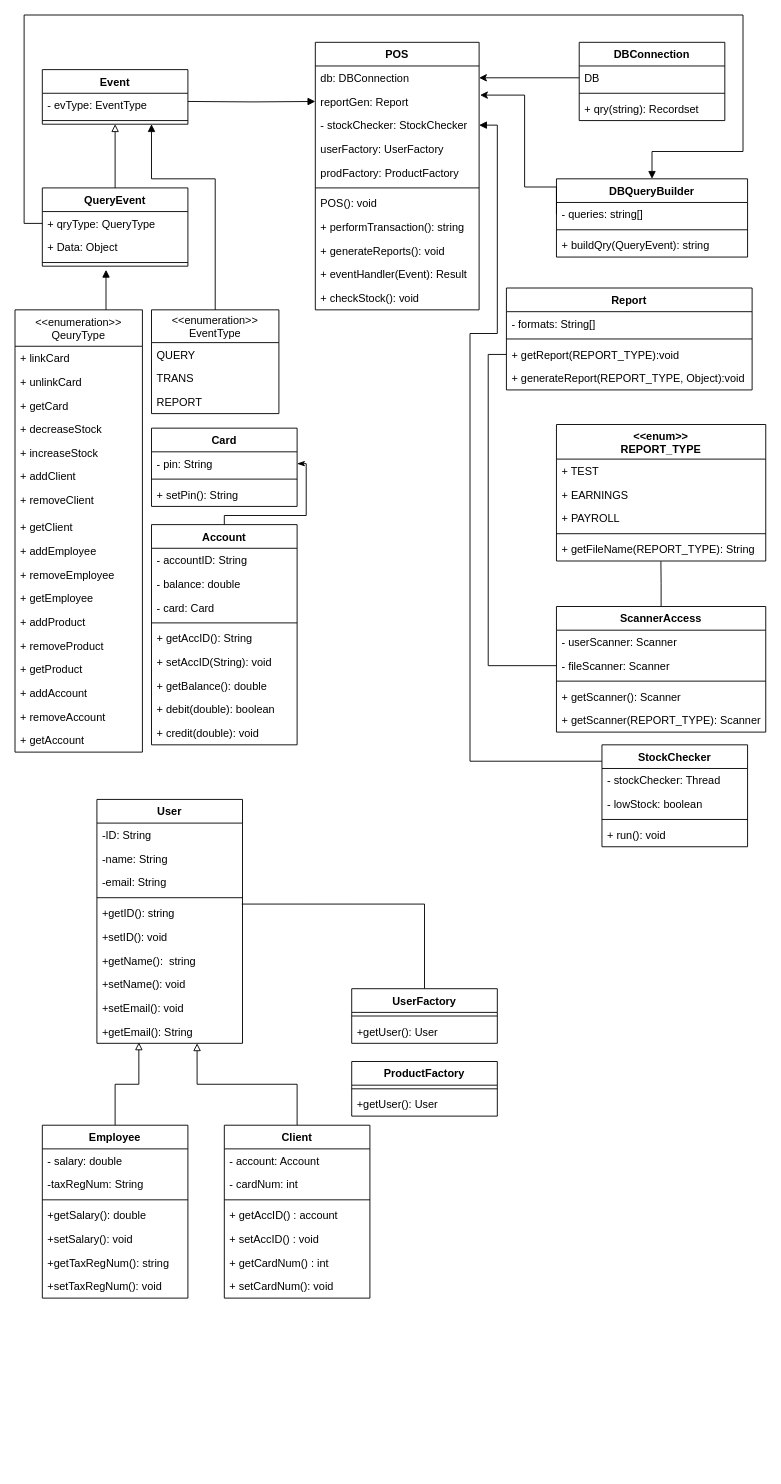
Earlier version of the draw.io diagram PRG620 grp project (2) (1).drawio (John-Ad/prg2-group-project). Source tidied: cells renumbered, new cells numbered last; positions are measured from the earlier drawing's top-left corner, leaving out a move shared by most shapes. Both pictures are drawn from the tidied source at 91%, with x=0, y=0 at pixel (15, 15).
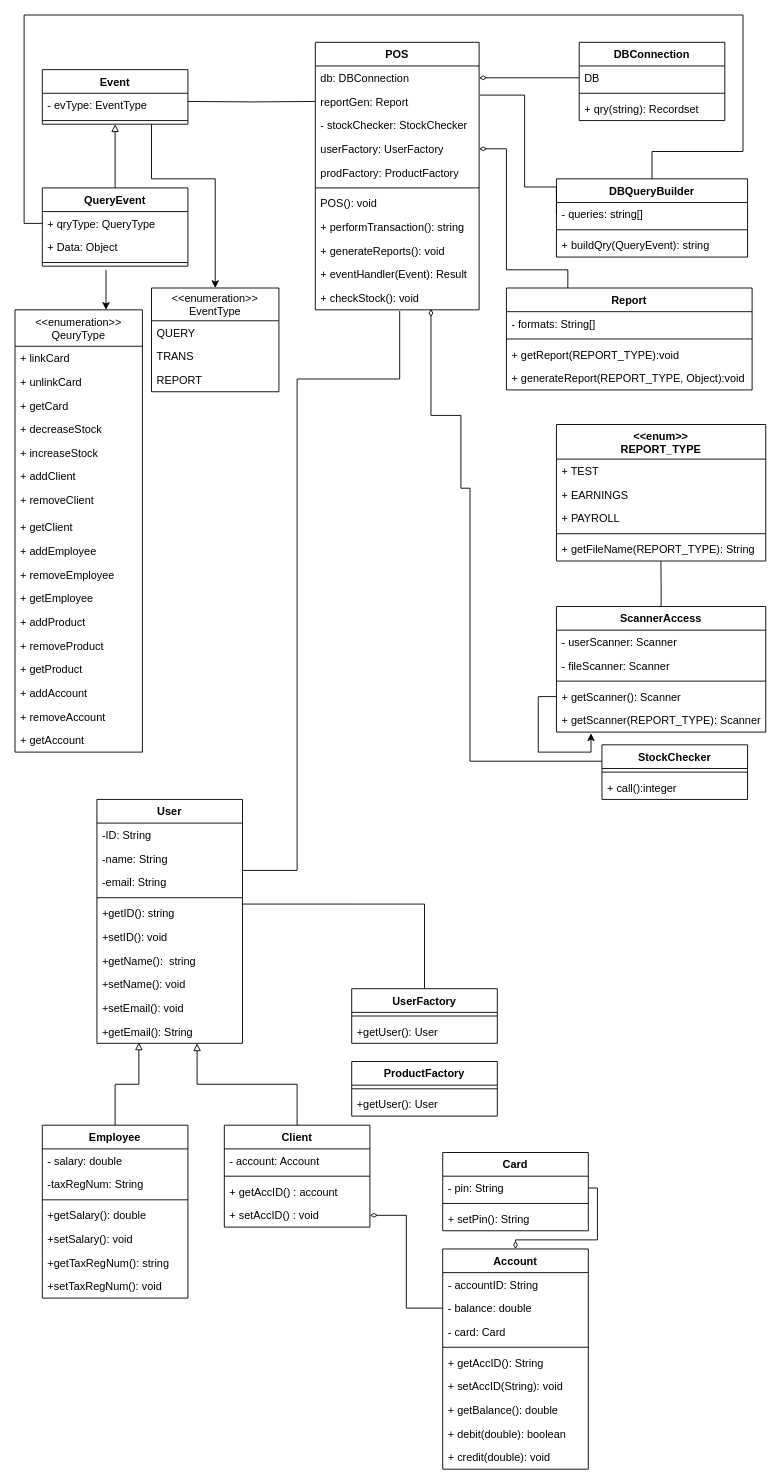
The same diagram, later.

Unchanged cells that the change refers to:
```xml
<mxCell id="2" value="DBQueryBuilder" style="swimlane;fontStyle=1;align=center;verticalAlign=top;horizontal=1;startSize=26;" parent="1" vertex="1">
  <mxGeometry x="595" y="180" width="210" height="86" as="geometry" />
</mxCell>
<mxCell id="3" value="- queries: string[]" style="text;strokeColor=none;fillColor=none;align=left;verticalAlign=top;spacingLeft=4;spacingRight=4;overflow=hidden;points=[[0,0.5],[1,0.5]];portConstraint=eastwest;" parent="2" vertex="1">
  <mxGeometry y="26" width="210" height="26" as="geometry" />
</mxCell>
<mxCell id="6" value="Report" style="swimlane;fontStyle=1;align=center;verticalAlign=top;horizontal=1;startSize=26;" parent="1" vertex="1">
  <mxGeometry x="540" y="300" width="270" height="112" as="geometry" />
</mxCell>
<mxCell id="9" value="+ getReport(REPORT_TYPE):void" style="text;strokeColor=none;fillColor=none;align=left;verticalAlign=top;spacingLeft=4;spacingRight=4;overflow=hidden;points=[[0,0.5],[1,0.5]];portConstraint=eastwest;" parent="6" vertex="1">
  <mxGeometry y="60" width="270" height="26" as="geometry" />
</mxCell>
<mxCell id="12" value="db: DBConnection" style="text;strokeColor=none;fillColor=none;align=left;verticalAlign=top;spacingLeft=4;spacingRight=4;overflow=hidden;points=[[0,0.5],[1,0.5]];portConstraint=eastwest;" parent="11" vertex="1">
  <mxGeometry y="26" width="180" height="26" as="geometry" />
</mxCell>
<mxCell id="13" value="reportGen: Report" style="text;strokeColor=none;fillColor=none;align=left;verticalAlign=top;spacingLeft=4;spacingRight=4;overflow=hidden;points=[[0,0.5],[1,0.5]];portConstraint=eastwest;" parent="11" vertex="1">
  <mxGeometry y="52" width="180" height="26" as="geometry" />
</mxCell>
<mxCell id="14" value="- stockChecker: StockChecker" style="text;strokeColor=none;fillColor=none;align=left;verticalAlign=top;spacingLeft=4;spacingRight=4;overflow=hidden;points=[[0,0.5],[1,0.5]];portConstraint=eastwest;" parent="11" vertex="1">
  <mxGeometry y="78" width="180" height="26" as="geometry" />
</mxCell>
<mxCell id="15" value="userFactory: UserFactory" style="text;strokeColor=none;fillColor=none;align=left;verticalAlign=top;spacingLeft=4;spacingRight=4;overflow=hidden;points=[[0,0.5],[1,0.5]];portConstraint=eastwest;" parent="11" vertex="1">
  <mxGeometry y="104" width="180" height="26" as="geometry" />
</mxCell>
<mxCell id="22" value="+ checkStock(): void" style="text;strokeColor=none;fillColor=none;align=left;verticalAlign=top;spacingLeft=4;spacingRight=4;overflow=hidden;points=[[0,0.5],[1,0.5]];portConstraint=eastwest;" parent="11" vertex="1">
  <mxGeometry y="268" width="180" height="26" as="geometry" />
</mxCell>
<mxCell id="24" value="DB" style="text;strokeColor=none;fillColor=none;align=left;verticalAlign=top;spacingLeft=4;spacingRight=4;overflow=hidden;points=[[0,0.5],[1,0.5]];portConstraint=eastwest;" parent="23" vertex="1">
  <mxGeometry y="26" width="160" height="26" as="geometry" />
</mxCell>
<mxCell id="27" value="Event" style="swimlane;fontStyle=1;align=center;verticalAlign=top;horizontal=1;startSize=26;" parent="1" vertex="1">
  <mxGeometry x="30" y="60" width="160" height="60" as="geometry" />
</mxCell>
<mxCell id="56" value="+ qryType: QueryType" style="text;strokeColor=none;fillColor=none;align=left;verticalAlign=top;spacingLeft=4;spacingRight=4;overflow=hidden;points=[[0,0.5],[1,0.5]];portConstraint=eastwest;" parent="55" vertex="1">
  <mxGeometry y="26" width="160" height="26" as="geometry" />
</mxCell>
<mxCell id="64" value="- pin: String" style="text;strokeColor=none;fillColor=none;align=left;verticalAlign=top;spacingLeft=4;spacingRight=4;overflow=hidden;points=[[0,0.5],[1,0.5]];portConstraint=eastwest;" parent="63" vertex="1">
  <mxGeometry y="26" width="160" height="26" as="geometry" />
</mxCell>
<mxCell id="69" value="- balance: double" style="text;strokeColor=none;fillColor=none;align=left;verticalAlign=top;spacingLeft=4;spacingRight=4;overflow=hidden;points=[[0,0.5],[1,0.5]];portConstraint=eastwest;" parent="67" vertex="1">
  <mxGeometry y="52" width="160" height="26" as="geometry" />
</mxCell>
<mxCell id="78" value="ScannerAccess" style="swimlane;fontStyle=1;align=center;verticalAlign=top;horizontal=1;startSize=26;" parent="1" vertex="1">
  <mxGeometry x="595" y="650" width="230" height="138" as="geometry" />
</mxCell>
<mxCell id="80" value="- fileScanner: Scanner" style="text;strokeColor=none;fillColor=none;align=left;verticalAlign=top;spacingLeft=4;spacingRight=4;overflow=hidden;points=[[0,0.5],[1,0.5]];portConstraint=eastwest;" parent="78" vertex="1">
  <mxGeometry y="52" width="230" height="26" as="geometry" />
</mxCell>
<mxCell id="82" value="+ getScanner(): Scanner" style="text;strokeColor=none;fillColor=none;align=left;verticalAlign=top;spacingLeft=4;spacingRight=4;overflow=hidden;points=[[0,0.5],[1,0.5]];portConstraint=eastwest;" parent="78" vertex="1">
  <mxGeometry y="86" width="230" height="26" as="geometry" />
</mxCell>
<mxCell id="83" value="+ getScanner(REPORT_TYPE): Scanner" style="text;strokeColor=none;fillColor=none;align=left;verticalAlign=top;spacingLeft=4;spacingRight=4;overflow=hidden;points=[[0,0.5],[1,0.5]];portConstraint=eastwest;" parent="78" vertex="1">
  <mxGeometry y="112" width="230" height="26" as="geometry" />
</mxCell>
<mxCell id="116" value="User" style="swimlane;fontStyle=1;align=center;verticalAlign=top;horizontal=1;startSize=26;" parent="1" vertex="1">
  <mxGeometry x="90" y="862" width="160" height="268" as="geometry" />
</mxCell>
```

Change to the diagram source:
```diff
@@
+    <mxCell id="134" style="edgeStyle=orthogonalEdgeStyle;rounded=0;jettySize=auto;html=1;exitX=0.25;exitY=0;exitDx=0;exitDy=0;entryX=1;entryY=0.5;entryDx=0;entryDy=0;startArrow=none;startFill=0;endArrow=diamondThin;endFill=0;" parent="1" edge="1" source="6" target="15">
+      <mxGeometry relative="1" as="geometry">
+        <Array as="points">
+          <mxPoint x="608" y="280" />
+          <mxPoint x="540" y="280" />
+          <mxPoint x="540" y="147" />
+        </Array>
+      </mxGeometry>
+    </mxCell>
@@
-    <mxCell id="30" style="edgeStyle=orthogonalEdgeStyle;rounded=0;orthogonalLoop=1;jettySize=auto;html=1;exitX=0.5;exitY=0;exitDx=0;exitDy=0;endArrow=block;endFill=1;" parent="1" edge="1">
+    <mxCell id="30" style="edgeStyle=orthogonalEdgeStyle;rounded=0;orthogonalLoop=1;jettySize=auto;html=1;exitX=0.5;exitY=0;exitDx=0;exitDy=0;endArrow=none;endFill=0;startArrow=classic;startFill=1;" parent="1" edge="1">
       <mxGeometry relative="1" as="geometry">
         <mxPoint x="100" y="324" as="sourcePoint" />
         <mxPoint x="100" y="280" as="targetPoint" />
       </mxGeometry>
     </mxCell>
@@
-    <mxCell id="49" style="edgeStyle=orthogonalEdgeStyle;rounded=0;jettySize=auto;html=1;exitX=0.5;exitY=0;exitDx=0;exitDy=0;entryX=0.75;entryY=1;entryDx=0;entryDy=0;endArrow=block;endFill=1;" parent="1" edge="1" source="50" target="27">
+    <mxCell id="49" style="edgeStyle=orthogonalEdgeStyle;rounded=0;jettySize=auto;html=1;exitX=0.5;exitY=0;exitDx=0;exitDy=0;entryX=0.75;entryY=1;entryDx=0;entryDy=0;endArrow=none;endFill=0;startArrow=classic;startFill=1;" parent="1" edge="1" source="50" target="27">
       <mxGeometry relative="1" as="geometry">
         <Array as="points">
           <mxPoint x="220" y="180" />
           <mxPoint x="150" y="180" />
         </Array>
       </mxGeometry>
     </mxCell>
     <mxCell id="50" value="&lt;&lt;enumeration&gt;&gt;&#10;EventType" style="swimlane;fontStyle=0;horizontal=1;startSize=36;fillColor=none;" parent="1" vertex="1">
-      <mxGeometry x="150" y="324" width="140" height="114" as="geometry" />
+      <mxGeometry x="150" y="300" width="140" height="114" as="geometry" />
     </mxCell>
@@
-    <mxCell id="59" style="edgeStyle=orthogonalEdgeStyle;rounded=0;jettySize=auto;html=1;exitX=0;exitY=0.5;exitDx=0;exitDy=0;entryX=1;entryY=0.5;entryDx=0;entryDy=0;" parent="1" edge="1" source="24" target="12">
+    <mxCell id="59" style="edgeStyle=orthogonalEdgeStyle;rounded=0;jettySize=auto;html=1;exitX=0;exitY=0.5;exitDx=0;exitDy=0;entryX=1;entryY=0.5;entryDx=0;entryDy=0;endArrow=diamondThin;endFill=0;" parent="1" edge="1" source="24" target="12">
       <mxGeometry relative="1" as="geometry" />
     </mxCell>
-    <mxCell id="60" style="edgeStyle=orthogonalEdgeStyle;rounded=0;jettySize=auto;html=1;exitX=0;exitY=0.5;exitDx=0;exitDy=0;entryX=1.006;entryY=0.231;entryDx=0;entryDy=0;entryPerimeter=0;" parent="1" edge="1" source="3" target="13">
+    <mxCell id="60" style="edgeStyle=orthogonalEdgeStyle;rounded=0;jettySize=auto;html=1;exitX=0;exitY=0.5;exitDx=0;exitDy=0;entryX=1.006;entryY=0.231;entryDx=0;entryDy=0;entryPerimeter=0;endArrow=none;endFill=0;" parent="1" edge="1" source="3" target="13">
       <mxGeometry relative="1" as="geometry">
         <Array as="points">
           <mxPoint x="560" y="189" />
           <mxPoint x="560" y="88" />
         </Array>
       </mxGeometry>
     </mxCell>
-    <mxCell id="61" style="edgeStyle=orthogonalEdgeStyle;rounded=0;jettySize=auto;html=1;entryX=0;entryY=0.5;entryDx=0;entryDy=0;endArrow=block;endFill=1;" parent="1" edge="1" target="13">
+    <mxCell id="61" style="edgeStyle=orthogonalEdgeStyle;rounded=0;jettySize=auto;html=1;entryX=0;entryY=0.5;entryDx=0;entryDy=0;endArrow=none;endFill=0;" parent="1" edge="1" target="13">
       <mxGeometry relative="1" as="geometry">
         <mxPoint x="190" y="95" as="sourcePoint" />
       </mxGeometry>
     </mxCell>
-    <mxCell id="62" style="edgeStyle=orthogonalEdgeStyle;rounded=0;jettySize=auto;html=1;exitX=0;exitY=0.5;exitDx=0;exitDy=0;entryX=0.5;entryY=0;entryDx=0;entryDy=0;endArrow=block;endFill=1;" parent="1" edge="1" source="56" target="2">
+    <mxCell id="62" style="edgeStyle=orthogonalEdgeStyle;rounded=0;jettySize=auto;html=1;exitX=0;exitY=0.5;exitDx=0;exitDy=0;entryX=0.5;entryY=0;entryDx=0;entryDy=0;endArrow=none;endFill=0;" parent="1" edge="1" source="56" target="2">
       <mxGeometry relative="1" as="geometry">
         <Array as="points">
           <mxPoint x="10" y="229" />
           <mxPoint x="10" />
           <mxPoint x="800" />
           <mxPoint x="800" y="150" />
         </Array>
       </mxGeometry>
     </mxCell>
     <mxCell id="63" value="Card" style="swimlane;fontStyle=1;align=center;verticalAlign=top;horizontal=1;startSize=26;" parent="1" vertex="1">
-      <mxGeometry x="150" y="454" width="160" height="86" as="geometry" />
+      <mxGeometry x="470" y="1250" width="160" height="86" as="geometry" />
     </mxCell>
@@
     <mxCell id="67" value="Account" style="swimlane;fontStyle=1;align=center;verticalAlign=top;horizontal=1;startSize=26;" parent="1" vertex="1">
-      <mxGeometry x="150" y="560" width="160" height="242" as="geometry" />
+      <mxGeometry x="470" y="1356" width="160" height="242" as="geometry" />
     </mxCell>
@@
+    <mxCell id="135" style="edgeStyle=orthogonalEdgeStyle;rounded=0;jettySize=auto;html=1;exitX=0;exitY=0.5;exitDx=0;exitDy=0;entryX=0.165;entryY=1.049;entryDx=0;entryDy=0;entryPerimeter=0;startArrow=none;startFill=0;endArrow=classic;endFill=1;" parent="78" edge="1" source="82" target="83">
+      <mxGeometry relative="1" as="geometry">
+        <Array as="points">
+          <mxPoint x="-20" y="99" />
+          <mxPoint x="-20" y="160" />
+          <mxPoint x="38" y="160" />
+        </Array>
+      </mxGeometry>
+    </mxCell>
@@
-    <mxCell id="90" style="edgeStyle=orthogonalEdgeStyle;rounded=0;jettySize=auto;html=1;exitX=1;exitY=0.5;exitDx=0;exitDy=0;entryX=0.5;entryY=0;entryDx=0;entryDy=0;endArrow=none;endFill=0;startArrow=classicThin;startFill=1;" parent="1" edge="1" source="64" target="67">
+    <mxCell id="90" style="edgeStyle=orthogonalEdgeStyle;rounded=0;jettySize=auto;html=1;exitX=1;exitY=0.5;exitDx=0;exitDy=0;entryX=0.5;entryY=0;entryDx=0;entryDy=0;endArrow=diamondThin;endFill=0;startArrow=none;startFill=0;" parent="1" edge="1" source="64" target="67">
       <mxGeometry relative="1" as="geometry">
         <Array as="points">
-          <mxPoint x="320" y="493" />
-          <mxPoint x="320" y="550" />
-          <mxPoint x="230" y="550" />
+          <mxPoint x="640" y="1289" />
+          <mxPoint x="640" y="1346" />
+          <mxPoint x="550" y="1346" />
         </Array>
       </mxGeometry>
     </mxCell>
-    <mxCell id="91" style="edgeStyle=orthogonalEdgeStyle;rounded=0;jettySize=auto;html=1;exitX=0;exitY=0.5;exitDx=0;exitDy=0;entryX=0;entryY=0.5;entryDx=0;entryDy=0;startArrow=none;startFill=0;endArrow=none;endFill=0;" parent="1" edge="1" source="80" target="9">
-      <mxGeometry relative="1" as="geometry" />
-    </mxCell>
@@
     <mxCell id="93" value="Client" style="swimlane;fontStyle=1;align=center;verticalAlign=top;horizontal=1;startSize=26;" parent="1" vertex="1">
-      <mxGeometry x="230" y="1220" width="160" height="190" as="geometry" />
+      <mxGeometry x="230" y="1220" width="160" height="112" as="geometry" />
     </mxCell>
@@
-    <mxCell id="95" value="- cardNum: int" style="text;strokeColor=none;fillColor=none;align=left;verticalAlign=top;spacingLeft=4;spacingRight=4;overflow=hidden;" parent="93" vertex="1">
-      <mxGeometry y="52" width="160" height="26" as="geometry" />
-    </mxCell>
     <mxCell id="96" style="line;strokeWidth=1;fillColor=none;align=left;verticalAlign=middle;spacingTop=-1;spacingLeft=3;spacingRight=3;labelPosition=right;" parent="93" vertex="1">
-      <mxGeometry y="78" width="160" height="8" as="geometry" />
+      <mxGeometry y="52" width="160" height="8" as="geometry" />
     </mxCell>
     <mxCell id="97" value="+ getAccID() : account" style="text;strokeColor=none;fillColor=none;align=left;verticalAlign=top;spacingLeft=4;spacingRight=4;overflow=hidden;" parent="93" vertex="1">
-      <mxGeometry y="86" width="160" height="26" as="geometry" />
+      <mxGeometry y="60" width="160" height="26" as="geometry" />
     </mxCell>
     <mxCell id="98" value="+ setAccID() : void" style="text;strokeColor=none;fillColor=none;align=left;verticalAlign=top;spacingLeft=4;spacingRight=4;overflow=hidden;points=[[0,0.5],[1,0.5]];portConstraint=eastwest;" parent="93" vertex="1">
-      <mxGeometry y="112" width="160" height="26" as="geometry" />
+      <mxGeometry y="86" width="160" height="26" as="geometry" />
     </mxCell>
-    <mxCell id="99" value="+ getCardNum() : int" style="text;strokeColor=none;fillColor=none;align=left;verticalAlign=top;spacingLeft=4;spacingRight=4;overflow=hidden;" parent="93" vertex="1">
-      <mxGeometry y="138" width="160" height="26" as="geometry" />
-    </mxCell>
-    <mxCell id="100" value="+ setCardNum(): void" style="text;strokeColor=none;fillColor=none;align=left;verticalAlign=top;spacingLeft=4;spacingRight=4;overflow=hidden;" parent="93" vertex="1">
-      <mxGeometry y="164" width="160" height="26" as="geometry" />
-    </mxCell>
-    <mxCell id="101" style="edgeStyle=orthogonalEdgeStyle;rounded=0;jettySize=auto;html=1;startArrow=none;startFill=0;endArrow=block;endFill=1;entryX=1;entryY=0.5;entryDx=0;entryDy=0;" parent="1" edge="1" target="14">
+    <mxCell id="101" style="edgeStyle=orthogonalEdgeStyle;rounded=0;jettySize=auto;html=1;startArrow=none;startFill=0;endArrow=diamondThin;endFill=0;entryX=0.706;entryY=0.962;entryDx=0;entryDy=0;entryPerimeter=0;" parent="1" edge="1" target="22">
       <mxGeometry relative="1" as="geometry">
         <mxPoint x="645" y="820" as="sourcePoint" />
         <Array as="points">
-          <mxPoint x="645" y="820" />
           <mxPoint x="500" y="820" />
-          <mxPoint x="500" y="350" />
-          <mxPoint x="530" y="350" />
-          <mxPoint x="530" y="121" />
+          <mxPoint x="500" y="520" />
+          <mxPoint x="490" y="520" />
+          <mxPoint x="490" y="440" />
+          <mxPoint x="457" y="440" />
         </Array>
       </mxGeometry>
     </mxCell>
     <mxCell id="102" value="StockChecker" style="swimlane;fontStyle=1;align=center;verticalAlign=top;horizontal=1;startSize=26;" parent="1" vertex="1">
-      <mxGeometry x="645" y="802" width="160" height="112" as="geometry" />
+      <mxGeometry x="645" y="802" width="160" height="60" as="geometry" />
     </mxCell>
-    <mxCell id="103" value="- stockChecker: Thread" style="text;strokeColor=none;fillColor=none;align=left;verticalAlign=top;spacingLeft=4;spacingRight=4;overflow=hidden;" parent="102" vertex="1">
-      <mxGeometry y="26" width="160" height="26" as="geometry" />
-    </mxCell>
-    <mxCell id="104" value="- lowStock: boolean" style="text;strokeColor=none;fillColor=none;align=left;verticalAlign=top;spacingLeft=4;spacingRight=4;overflow=hidden;" parent="102" vertex="1">
-      <mxGeometry y="52" width="160" height="26" as="geometry" />
-    </mxCell>
     <mxCell id="105" style="line;strokeWidth=1;fillColor=none;align=left;verticalAlign=middle;spacingTop=-1;spacingLeft=3;spacingRight=3;labelPosition=right;" parent="102" vertex="1">
-      <mxGeometry y="78" width="160" height="8" as="geometry" />
+      <mxGeometry y="26" width="160" height="8" as="geometry" />
     </mxCell>
-    <mxCell id="106" value="+ run(): void" style="text;strokeColor=none;fillColor=none;align=left;verticalAlign=top;spacingLeft=4;spacingRight=4;overflow=hidden;" parent="102" vertex="1">
-      <mxGeometry y="86" width="160" height="26" as="geometry" />
+    <mxCell id="106" value="+ call():integer" style="text;strokeColor=none;fillColor=none;align=left;verticalAlign=top;spacingLeft=4;spacingRight=4;overflow=hidden;" parent="102" vertex="1">
+      <mxGeometry y="34" width="160" height="26" as="geometry" />
     </mxCell>
@@
+    <mxCell id="136" style="edgeStyle=orthogonalEdgeStyle;rounded=0;jettySize=auto;html=1;entryX=0.515;entryY=1.049;entryDx=0;entryDy=0;entryPerimeter=0;startArrow=none;startFill=0;endArrow=none;endFill=0;" parent="1" edge="1" source="116" target="22">
+      <mxGeometry relative="1" as="geometry">
+        <Array as="points">
+          <mxPoint x="310" y="940" />
+          <mxPoint x="310" y="400" />
+          <mxPoint x="423" y="400" />
+        </Array>
+      </mxGeometry>
+    </mxCell>
@@
+    <mxCell id="137" style="edgeStyle=orthogonalEdgeStyle;rounded=0;jettySize=auto;html=1;entryX=0;entryY=0.5;entryDx=0;entryDy=0;startArrow=diamondThin;startFill=0;endArrow=none;endFill=0;" parent="1" edge="1" source="98" target="69">
+      <mxGeometry relative="1" as="geometry" />
+    </mxCell>
```
